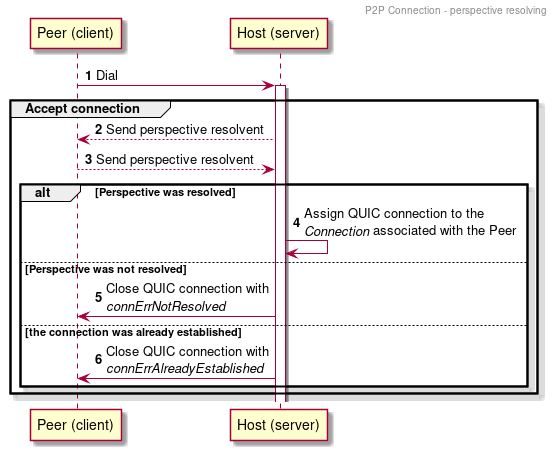
Earlier version of the PlantUML export docs/perspective_resolving.png (Zamerykanizowana/replicated-file-system).
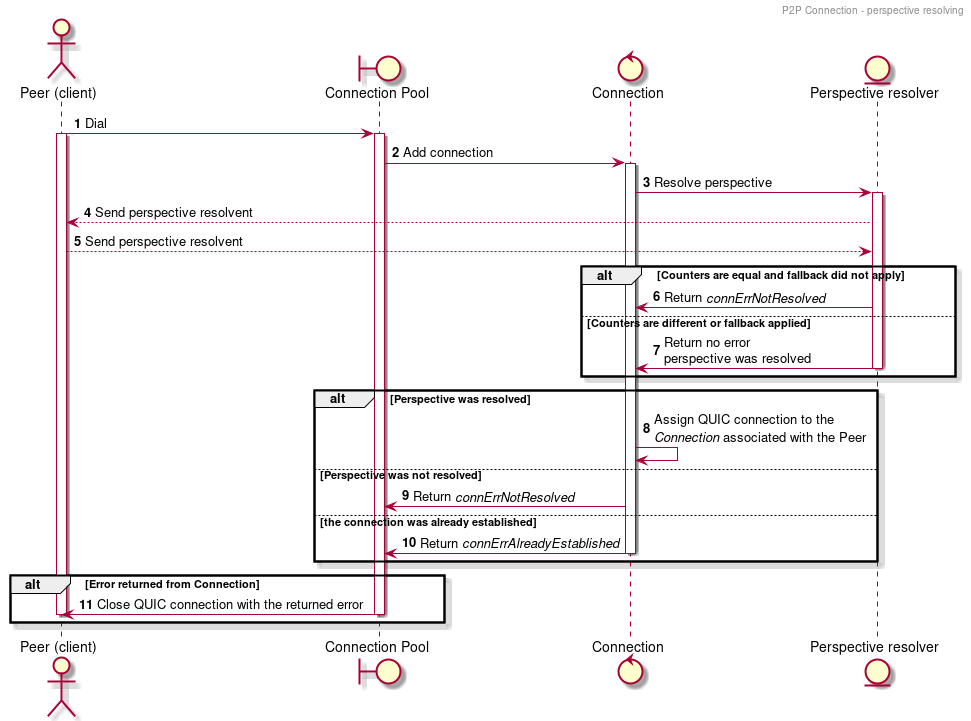
The same diagram one commit later.

Commit message:
chore(docs): update perspective_resolving diagram

Change to the diagram source:
```diff
@@ -4,22 +4,37 @@
 
 header P2P Connection - perspective resolving
 
-participant "Peer (client)" as Peer
-participant "Host (server)" as Host
+actor "Peer (client)" as Peer
+boundary "Connection Pool" as pool
+control Connection as conn
+entity "Perspective resolver" as resolver
 
 autonumber
 
-Peer -> Host ++ : Dial
-group Accept connection
-    Host --> Peer: Send perspective resolvent
-    Peer --> Host: Send perspective resolvent
-    alt Perspective was resolved
-        Host -> Host: Assign QUIC connection to the\n//Connection// associated with the Peer
-    else Perspective was not resolved
-        Host -> Peer: Close QUIC connection with\n//connErrNotResolved//
-    else the connection was already established
-        Host -> Peer: Close QUIC connection with\n//connErrAlreadyEstablished//
-    end
+Peer -> pool ++ : Dial
+activate Peer
+pool -> conn ++ : Add connection
+conn -> resolver ++ : Resolve perspective
+resolver --> Peer: Send perspective resolvent
+Peer --> resolver : Send perspective resolvent
+
+alt Counters are equal and fallback did not apply
+    resolver -> conn : Return //connErrNotResolved//
+else Counters are different or fallback applied
+    resolver -> conn -- : Return no error\nperspective was resolved
+end
+
+alt Perspective was resolved
+    conn -> conn : Assign QUIC connection to the\n//Connection// associated with the Peer
+else Perspective was not resolved
+    conn -> pool : Return //connErrNotResolved//
+else the connection was already established
+    conn -> pool -- : Return //connErrAlreadyEstablished//
+end
+
+alt Error returned from Connection
+    pool -> Peer -- : Close QUIC connection with the returned error
+    deactivate Peer
 end
 
 @enduml
```
